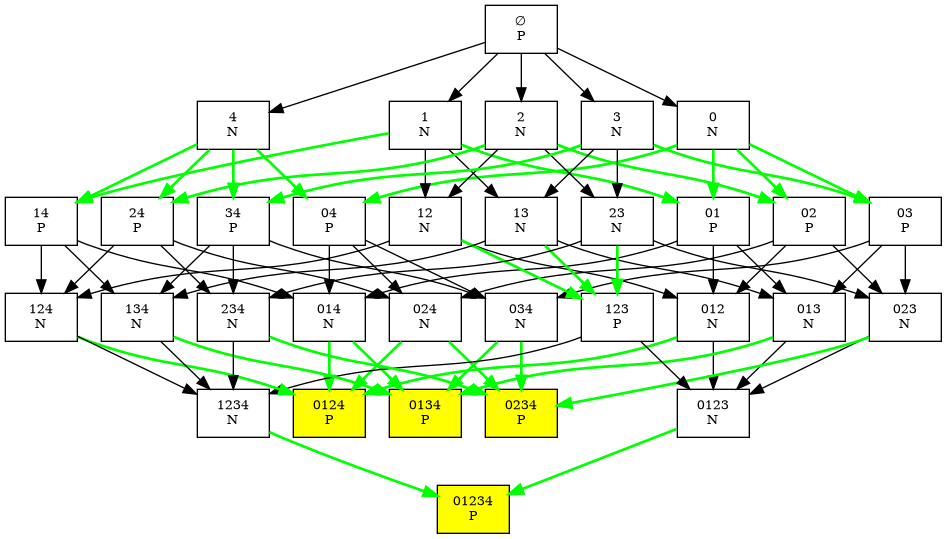
Above: game_tree/decision_tree_01234.png in AdirAli/sparse-ruler-n-p-position (Graphviz), before the change. Its source is kept beside it as game_tree/decision_tree_01234.dot.
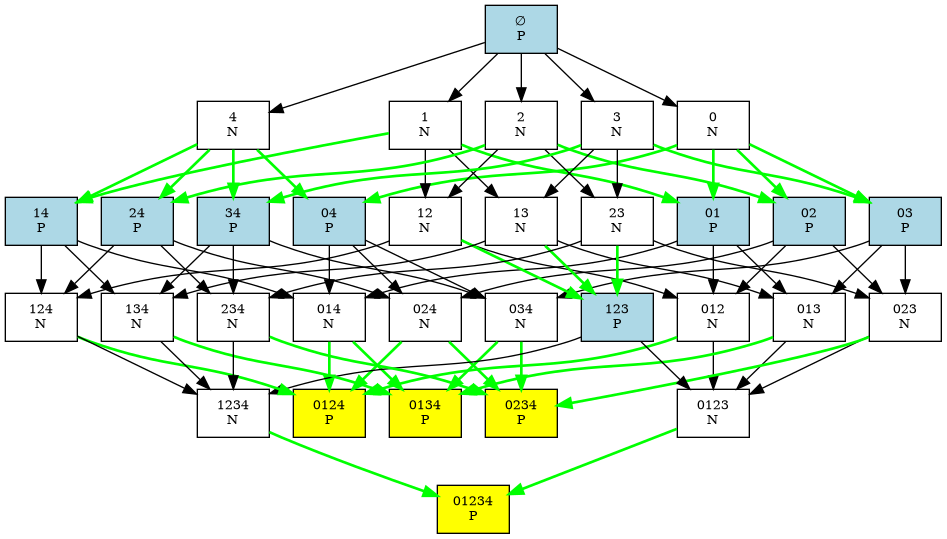
After the commit.

Diff of the diagram source:
```diff
@@ -1,9 +1,9 @@
 digraph G {
   rankdir=TB;
   node [shape=box, fontsize=10];
-  n0 [label="∅\nP"];
+  n0 [label="∅\nP", style=filled, fillcolor=lightblue];
   n1 [label="0\nN"];
-  n2 [label="01\nP"];
+  n2 [label="01\nP", style=filled, fillcolor=lightblue];
   n3 [label="012\nN"];
   n4 [label="0123\nN"];
   n5 [label="01234\nP", style=filled, fillcolor=yellow];
@@ -11,27 +11,27 @@
   n7 [label="013\nN"];
   n8 [label="0134\nP", style=filled, fillcolor=yellow];
   n9 [label="014\nN"];
-  n10 [label="02\nP"];
+  n10 [label="02\nP", style=filled, fillcolor=lightblue];
   n11 [label="023\nN"];
   n12 [label="0234\nP", style=filled, fillcolor=yellow];
   n13 [label="024\nN"];
-  n14 [label="03\nP"];
+  n14 [label="03\nP", style=filled, fillcolor=lightblue];
   n15 [label="034\nN"];
-  n16 [label="04\nP"];
+  n16 [label="04\nP", style=filled, fillcolor=lightblue];
   n17 [label="1\nN"];
   n18 [label="12\nN"];
-  n19 [label="123\nP"];
+  n19 [label="123\nP", style=filled, fillcolor=lightblue];
   n20 [label="1234\nN"];
   n21 [label="124\nN"];
   n22 [label="13\nN"];
   n23 [label="134\nN"];
-  n24 [label="14\nP"];
+  n24 [label="14\nP", style=filled, fillcolor=lightblue];
   n25 [label="2\nN"];
   n26 [label="23\nN"];
   n27 [label="234\nN"];
-  n28 [label="24\nP"];
+  n28 [label="24\nP", style=filled, fillcolor=lightblue];
   n29 [label="3\nN"];
-  n30 [label="34\nP"];
+  n30 [label="34\nP", style=filled, fillcolor=lightblue];
   n31 [label="4\nN"];
 
   n0 -> n1;
```
